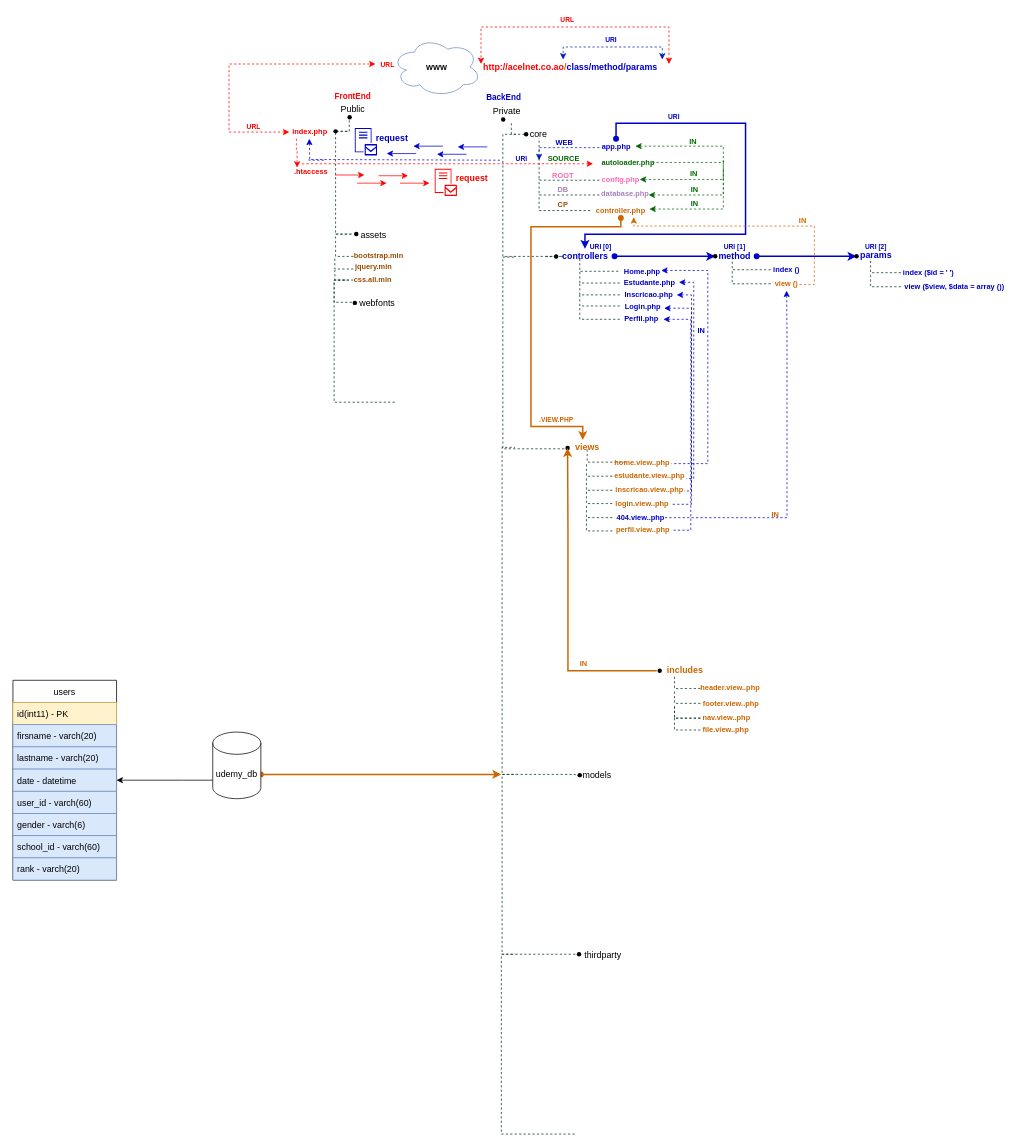
Earlier version of the draw.io diagram material/Diagrama_acelnet_udemy.drawio (acaluege/acelnet_udemy). Source tidied: cells renumbered, new cells numbered last; positions are measured from the earlier drawing's top-left corner, leaving out a move shared by most shapes. Both pictures are drawn from the tidied source at 74%, with x=0, y=0 at pixel (13, 13).
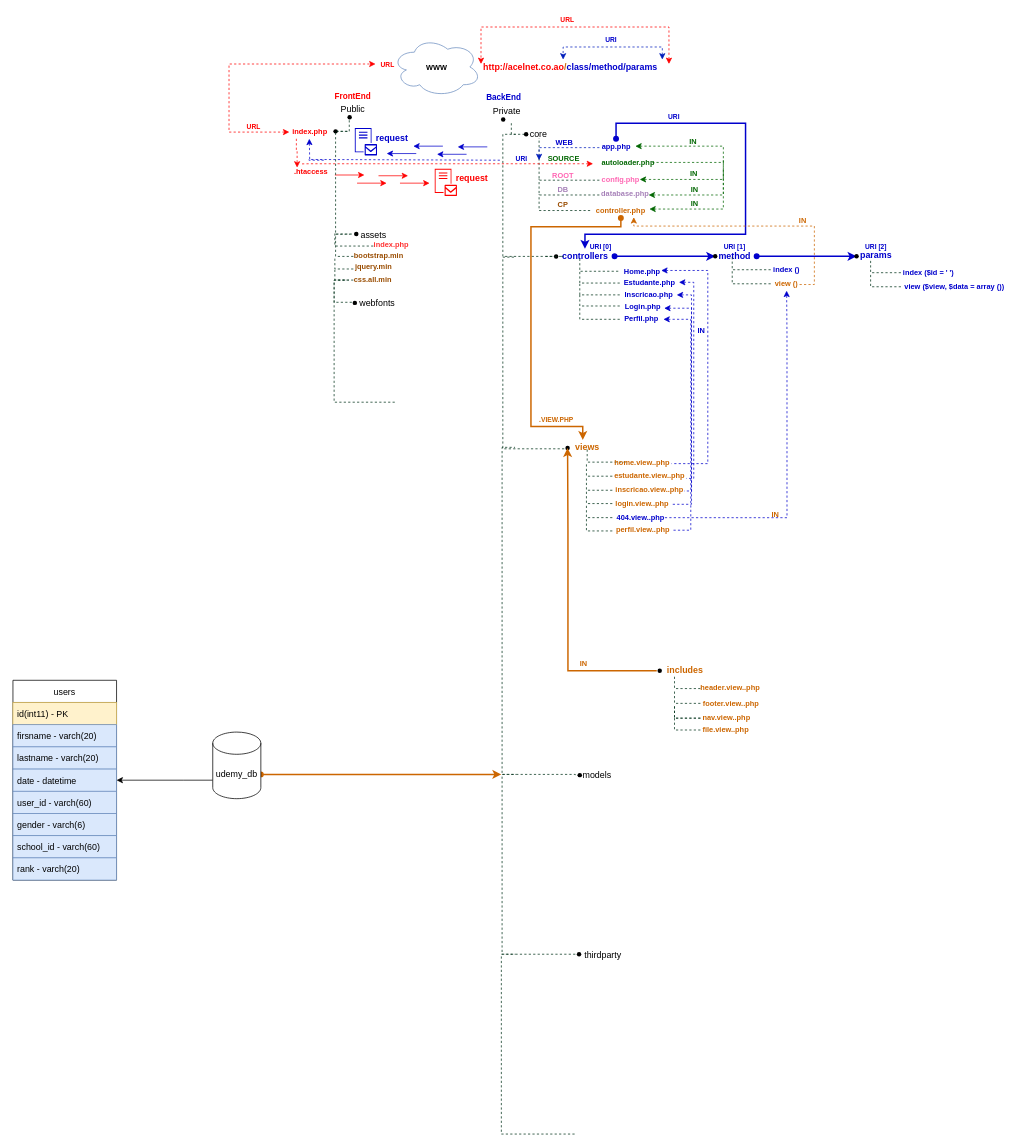
The same page after the edit.

Change to the diagram source:
```diff
@@
+    <mxCell id="168" style="edgeStyle=orthogonalEdgeStyle;rounded=0;orthogonalLoop=1;jettySize=auto;html=1;dashed=1;startArrow=none;startFill=0;endArrow=none;endFill=0;strokeColor=#00331A;strokeWidth=1;exitX=0;exitY=0.5;exitDx=0;exitDy=0;" parent="1" edge="1">
+      <mxGeometry relative="1" as="geometry">
+        <mxPoint x="487" y="315" as="sourcePoint" />
+        <mxPoint x="435" y="296.8" as="targetPoint" />
+        <Array as="points">
+          <mxPoint x="435" y="315" />
+        </Array>
+      </mxGeometry>
+    </mxCell>
+    <mxCell id="169" value="index.php" style="text;html=1;align=center;verticalAlign=middle;whiteSpace=wrap;rounded=0;fontStyle=1;fontSize=10;fontColor=#FF3333;" parent="1" vertex="1">
+      <mxGeometry x="479" y="302.8" width="65" height="20.5" as="geometry" />
+    </mxCell>
```
